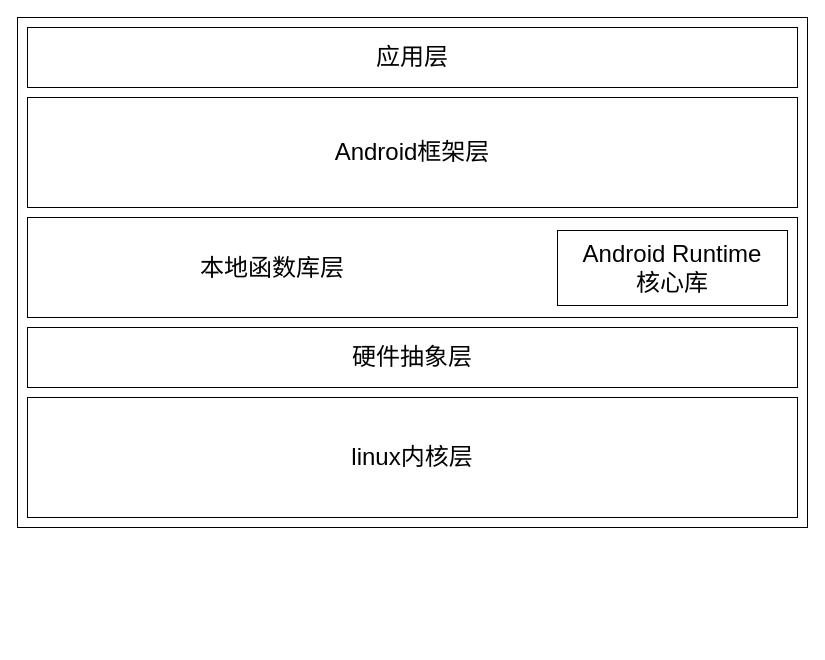
The draw.io diagram thesis/figure_intermediate/android_structure.drawio in january147/Graduation_Project, before the edit. Source tidied: cells renumbered, new cells numbered last; positions are measured from the earlier drawing's top-left corner, leaving out a move shared by most shapes. Both pictures are drawn from the tidied source at 100%, with x=0, y=0 at pixel (17, 17).
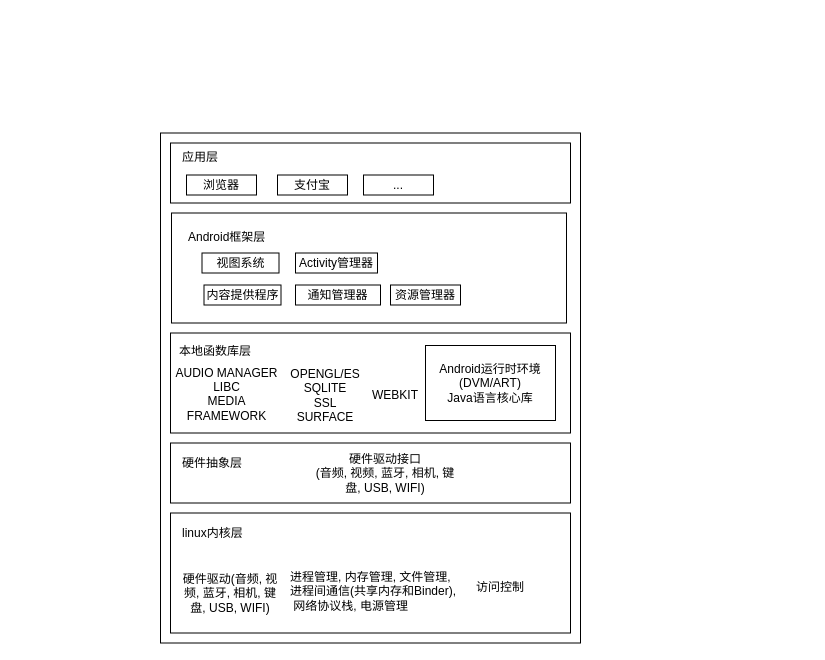
The same page after the edit.

Change to the diagram source:
```diff
@@
+    <mxCell id="11" style="group;" parent="1" vertex="1">
+      <mxGeometry x="143" y="115.5" width="420" height="510" as="geometry" />
+    </mxCell>
-    <mxCell id="2" style="rounded=0;whiteSpace=wrap;html=1;" parent="1" vertex="1">
-      <mxGeometry width="790" height="510" as="geometry" />
+    <mxCell id="2" style="rounded=0;whiteSpace=wrap;html=1;" parent="11" vertex="1">
+      <mxGeometry width="420" height="510" as="geometry" />
     </mxCell>
-    <mxCell id="3" value="&lt;font style=&quot;font-size: 24px&quot;&gt;应用层&lt;/font&gt;" style="rounded=0;whiteSpace=wrap;html=1;" parent="1" vertex="1">
-      <mxGeometry x="10" y="10" width="770" height="60" as="geometry" />
+    <mxCell id="3" style="rounded=0;whiteSpace=wrap;html=1;" parent="11" vertex="1">
+      <mxGeometry x="10" y="10" width="400" height="60" as="geometry" />
     </mxCell>
-    <mxCell id="4" value="&lt;font style=&quot;font-size: 24px&quot;&gt;Android框架层&lt;/font&gt;" style="rounded=0;whiteSpace=wrap;html=1;" parent="1" vertex="1">
-      <mxGeometry x="10" y="80" width="770" height="110" as="geometry" />
+    <mxCell id="4" style="rounded=0;whiteSpace=wrap;html=1;" parent="11" vertex="1">
+      <mxGeometry x="11" y="80" width="395" height="110" as="geometry" />
     </mxCell>
-    <mxCell id="5" style="rounded=0;whiteSpace=wrap;html=1;fontSize=24;" parent="1" vertex="1">
-      <mxGeometry x="10" y="200" width="770" height="100" as="geometry" />
+    <mxCell id="5" style="rounded=0;whiteSpace=wrap;html=1;fontSize=24;" parent="11" vertex="1">
+      <mxGeometry x="10" y="200" width="400" height="100" as="geometry" />
     </mxCell>
-    <mxCell id="6" value="硬件抽象层" style="rounded=0;whiteSpace=wrap;html=1;fontSize=24;" parent="1" vertex="1">
-      <mxGeometry x="10" y="310" width="770" height="60" as="geometry" />
+    <mxCell id="6" style="rounded=0;whiteSpace=wrap;html=1;fontSize=24;" parent="11" vertex="1">
+      <mxGeometry x="10" y="310" width="400" height="60" as="geometry" />
     </mxCell>
-    <mxCell id="7" value="linux内核层" style="rounded=0;whiteSpace=wrap;html=1;fontSize=24;" parent="1" vertex="1">
-      <mxGeometry x="10" y="380" width="770" height="120" as="geometry" />
+    <mxCell id="7" style="rounded=0;whiteSpace=wrap;html=1;fontSize=24;" parent="11" vertex="1">
+      <mxGeometry x="10" y="380" width="400" height="120" as="geometry" />
     </mxCell>
-    <mxCell id="8" value="&lt;font style=&quot;font-size: 24px&quot;&gt;Android Runtime&lt;/font&gt;&lt;div&gt;&lt;font style=&quot;font-size: 24px&quot;&gt;核心库&lt;/font&gt;&lt;/div&gt;" style="rounded=0;whiteSpace=wrap;html=1;" parent="1" vertex="1">
-      <mxGeometry x="540" y="213" width="230" height="75" as="geometry" />
+    <mxCell id="8" value="Android运行时环境(DVM/ART)&lt;br&gt;Java语言核心库&lt;br&gt;" style="rounded=0;whiteSpace=wrap;html=1;" parent="11" vertex="1">
+      <mxGeometry x="265" y="212.5" width="130" height="75" as="geometry" />
     </mxCell>
-    <mxCell id="9" value="本地函数库层" style="text;html=1;strokeColor=none;fillColor=none;align=center;verticalAlign=middle;whiteSpace=wrap;rounded=0;fontSize=24;" parent="1" vertex="1">
-      <mxGeometry x="180" y="236" width="150" height="30" as="geometry" />
+    <mxCell id="9" value="&lt;font style=&quot;font-size: 12px&quot;&gt;本地函数库层&lt;/font&gt;" style="text;html=1;strokeColor=none;fillColor=none;align=center;verticalAlign=middle;whiteSpace=wrap;rounded=0;fontSize=24;" parent="11" vertex="1">
+      <mxGeometry x="15" y="202" width="80" height="25" as="geometry" />
     </mxCell>
-    <mxCell id="10" style="edgeStyle=orthogonalEdgeStyle;rounded=0;orthogonalLoop=1;jettySize=auto;html=1;exitX=0.5;exitY=1;exitDx=0;exitDy=0;" parent="1" edge="1" source="2" target="2">
-      <mxGeometry relative="1" as="geometry" />
-    </mxCell>
+    <mxCell id="12" value="&lt;span&gt;linux内核层&lt;/span&gt;" style="text;html=1;align=left;verticalAlign=top;spacingTop=-4;" parent="11" vertex="1">
+      <mxGeometry x="20" y="390" width="80" height="20" as="geometry" />
+    </mxCell>
+    <mxCell id="13" value="硬件抽象层" style="text;html=1;align=left;verticalAlign=top;spacingTop=-4;" parent="11" vertex="1">
+      <mxGeometry x="20" y="320" width="80" height="20" as="geometry" />
+    </mxCell>
+    <mxCell id="14" value="Android框架层" style="text;html=1;" parent="11" vertex="1">
+      <mxGeometry x="26" y="90" width="100" height="30" as="geometry" />
+    </mxCell>
+    <mxCell id="15" value="应用层" style="text;html=1;" parent="11" vertex="1">
+      <mxGeometry x="20" y="10" width="60" height="30" as="geometry" />
+    </mxCell>
+    <mxCell id="16" value="硬件驱动接口&lt;br&gt;(音频, 视频, 蓝牙, 相机, 键盘, USB, WIFI)" style="text;html=1;strokeColor=none;fillColor=none;align=center;verticalAlign=middle;whiteSpace=wrap;rounded=0;" parent="11" vertex="1">
+      <mxGeometry x="150" y="315" width="150" height="50" as="geometry" />
+    </mxCell>
+    <mxCell id="17" value="&lt;span&gt;硬件驱动(音频, 视频, 蓝牙, 相机, 键盘, USB, WIFI)&lt;/span&gt;" style="text;html=1;strokeColor=none;fillColor=none;align=center;verticalAlign=middle;whiteSpace=wrap;rounded=0;" parent="11" vertex="1">
+      <mxGeometry x="20" y="430" width="100" height="60" as="geometry" />
+    </mxCell>
+    <mxCell id="18" value="访问控制" style="text;html=1;" parent="11" vertex="1">
+      <mxGeometry x="314" y="440" width="70" height="30" as="geometry" />
+    </mxCell>
+    <mxCell id="19" value="进程管理, 内存管理, 文件管理, &lt;br&gt;进程间通信(共享内存和Binder),&lt;br&gt;&amp;nbsp;网络协议栈, 电源管理" style="text;html=1;" parent="11" vertex="1">
+      <mxGeometry x="128" y="430" width="178" height="55" as="geometry" />
+    </mxCell>
+    <mxCell id="20" value="AUDIO MANAGER&lt;br&gt;LIBC&lt;br&gt;MEDIA FRAMEWORK&lt;br&gt;&lt;br&gt;" style="text;html=1;strokeColor=none;fillColor=none;align=center;verticalAlign=middle;whiteSpace=wrap;rounded=0;" parent="11" vertex="1">
+      <mxGeometry x="14" y="234" width="105" height="68" as="geometry" />
+    </mxCell>
+    <mxCell id="21" value="OPENGL/ES&lt;br&gt;SQLITE&lt;br&gt;SSL&lt;br&gt;SURFACE&lt;br&gt;" style="text;html=1;strokeColor=none;fillColor=none;align=center;verticalAlign=middle;whiteSpace=wrap;rounded=0;" parent="11" vertex="1">
+      <mxGeometry x="120.5" y="237.5" width="88" height="50" as="geometry" />
+    </mxCell>
+    <mxCell id="22" value="WEBKIT" style="text;html=1;strokeColor=none;fillColor=none;align=center;verticalAlign=middle;whiteSpace=wrap;rounded=0;" parent="11" vertex="1">
+      <mxGeometry x="205" y="252.5" width="60" height="20" as="geometry" />
+    </mxCell>
+    <mxCell id="23" value="资源管理器" style="rounded=0;whiteSpace=wrap;html=1;" parent="11" vertex="1">
+      <mxGeometry x="230" y="152" width="70" height="20" as="geometry" />
+    </mxCell>
+    <mxCell id="24" value="通知管理器" style="rounded=0;whiteSpace=wrap;html=1;" parent="11" vertex="1">
+      <mxGeometry x="135" y="152" width="85" height="20" as="geometry" />
+    </mxCell>
+    <mxCell id="25" value="Activity管理器" style="rounded=0;whiteSpace=wrap;html=1;" parent="11" vertex="1">
+      <mxGeometry x="135" y="120" width="82" height="20" as="geometry" />
+    </mxCell>
+    <mxCell id="26" value="内容提供程序" style="rounded=0;whiteSpace=wrap;html=1;" parent="11" vertex="1">
+      <mxGeometry x="43.5" y="152" width="77" height="20" as="geometry" />
+    </mxCell>
+    <mxCell id="27" value="视图系统" style="rounded=0;whiteSpace=wrap;html=1;" parent="11" vertex="1">
+      <mxGeometry x="41.5" y="120" width="77" height="20" as="geometry" />
+    </mxCell>
+    <mxCell id="28" value="浏览器" style="rounded=0;whiteSpace=wrap;html=1;" parent="11" vertex="1">
+      <mxGeometry x="26" y="42" width="70" height="20" as="geometry" />
+    </mxCell>
+    <mxCell id="29" value="支付宝" style="rounded=0;whiteSpace=wrap;html=1;" parent="11" vertex="1">
+      <mxGeometry x="117" y="42" width="70" height="20" as="geometry" />
+    </mxCell>
+    <mxCell id="30" value="..." style="rounded=0;whiteSpace=wrap;html=1;" parent="11" vertex="1">
+      <mxGeometry x="203" y="42" width="70" height="20" as="geometry" />
+    </mxCell>
```
